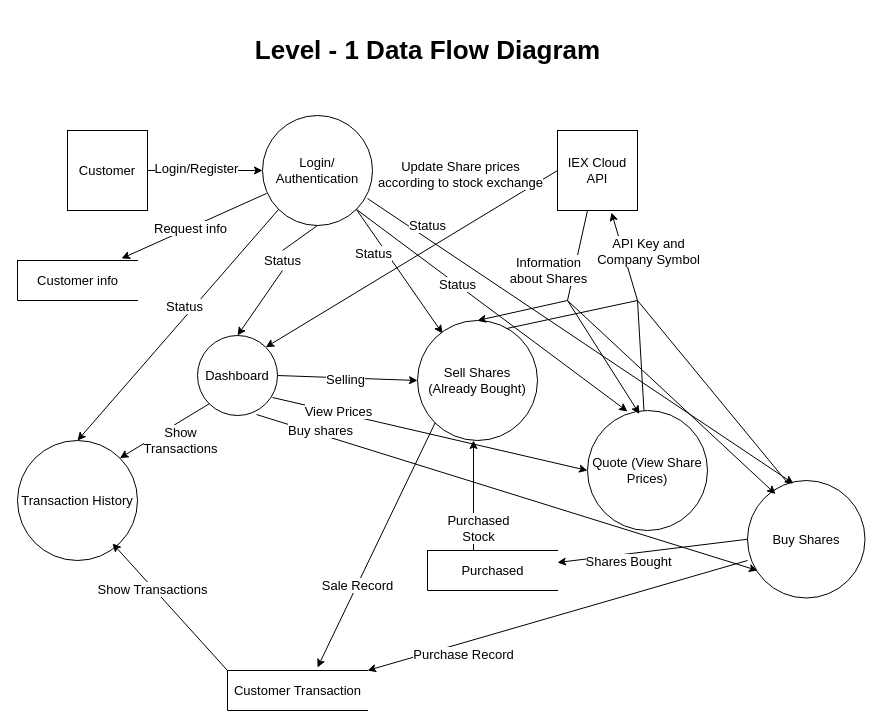
Above: se42.drawio in AmanAgrawal21900/Colab-Notebooks (draw.io), before the change. Source tidied: cells renumbered, new cells numbered last; positions are measured from the earlier drawing's top-left corner, leaving out a move shared by most shapes. Both pictures are drawn from the tidied source at 100%, with x=0, y=0 at pixel (17, 20).
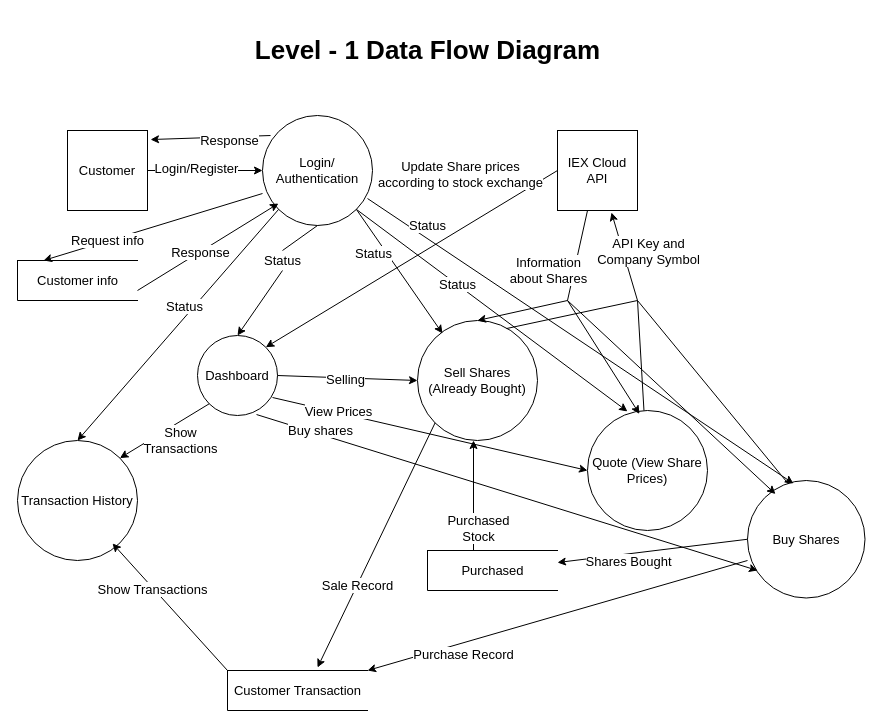
After the change.

Unchanged cells that the change refers to:
```xml
<mxCell id="3" value="Customer" style="whiteSpace=wrap;html=1;fontSize=13;" parent="1" vertex="1">
  <mxGeometry x="50" y="110" width="80" height="80" as="geometry" />
</mxCell>
<mxCell id="5" value="Login/&lt;br&gt;Authentication" style="ellipse;whiteSpace=wrap;html=1;fontSize=13;" parent="1" vertex="1">
  <mxGeometry x="245" y="95" width="110" height="110" as="geometry" />
</mxCell>
<mxCell id="10" value="Customer info" style="html=1;dashed=0;whitespace=wrap;shape=partialRectangle;right=0;fontSize=13;" parent="1" vertex="1">
  <mxGeometry y="240" width="120" height="40" as="geometry" />
</mxCell>
```

What changed in the source:
```diff
@@
-    <mxCell id="47" style="endArrow=classic;html=1;rounded=0;fontSize=13;entryX=0.867;entryY=-0.05;entryDx=0;entryDy=0;entryPerimeter=0;exitX=0.036;exitY=0.709;exitDx=0;exitDy=0;exitPerimeter=0;" parent="1" edge="1" source="5" target="10">
-      <mxGeometry relative="1" as="geometry" />
+    <mxCell id="47" style="endArrow=classic;html=1;rounded=0;fontSize=13;entryX=0.25;entryY=0;entryDx=0;entryDy=0;exitX=0.036;exitY=0.709;exitDx=0;exitDy=0;exitPerimeter=0;" parent="1" edge="1">
+      <mxGeometry relative="1" as="geometry">
+        <mxPoint x="245" y="173" as="sourcePoint" />
+        <mxPoint x="26" y="240" as="targetPoint" />
+      </mxGeometry>
     </mxCell>
-    <mxCell id="48" value="Request info" style="edgeLabel;html=1;align=center;verticalAlign=middle;fontSize=13;" parent="47" vertex="1">
-      <mxGeometry x="0.31" y="2" relative="1" as="geometry">
-        <mxPoint x="18" y="-10" as="offset" />
+    <mxCell id="48" value="&lt;font style=&quot;font-size: 13px&quot;&gt;Request info&lt;/font&gt;" style="edgeLabel;html=1;align=center;verticalAlign=middle;" parent="47" vertex="1">
+      <mxGeometry x="0.19" y="3" relative="1" as="geometry">
+        <mxPoint x="-26" y="4" as="offset" />
       </mxGeometry>
     </mxCell>
@@
+    <mxCell id="59" style="endArrow=classic;html=1;rounded=0;exitX=0.073;exitY=0.182;exitDx=0;exitDy=0;exitPerimeter=0;entryX=1.038;entryY=0.113;entryDx=0;entryDy=0;entryPerimeter=0;" parent="1" edge="1" source="5" target="3">
+      <mxGeometry relative="1" as="geometry" />
+    </mxCell>
+    <mxCell id="60" value="&lt;font style=&quot;font-size: 13px&quot;&gt;Response&lt;/font&gt;" style="edgeLabel;html=1;align=center;verticalAlign=middle;" parent="59" vertex="1">
+      <mxGeometry x="-0.3" y="3" relative="1" as="geometry" />
+    </mxCell>
+    <mxCell id="61" style="endArrow=classic;html=1;rounded=0;entryX=0.145;entryY=0.8;entryDx=0;entryDy=0;entryPerimeter=0;exitX=1;exitY=0.75;exitDx=0;exitDy=0;" parent="1" edge="1" source="10" target="5">
+      <mxGeometry relative="1" as="geometry" />
+    </mxCell>
+    <mxCell id="62" value="Response" style="edgeLabel;html=1;align=center;verticalAlign=middle;fontSize=13;" parent="61" vertex="1">
+      <mxGeometry x="0.2" y="-1" relative="1" as="geometry">
+        <mxPoint x="-22" y="13" as="offset" />
+      </mxGeometry>
+    </mxCell>
```
